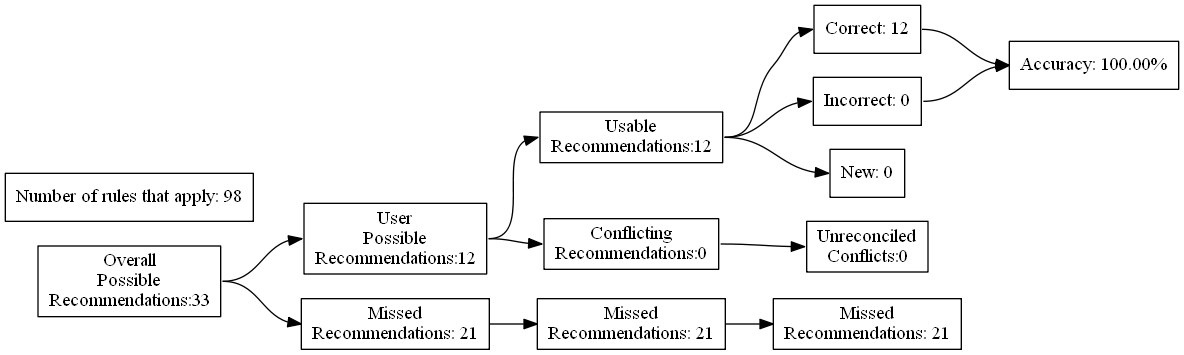
ZaxR/ibd_diet_analysis keeps this Graphviz diagram as test_renders/26.gv.png. Above is the earlier version. Its source is kept beside it as test_renders/26.gv.
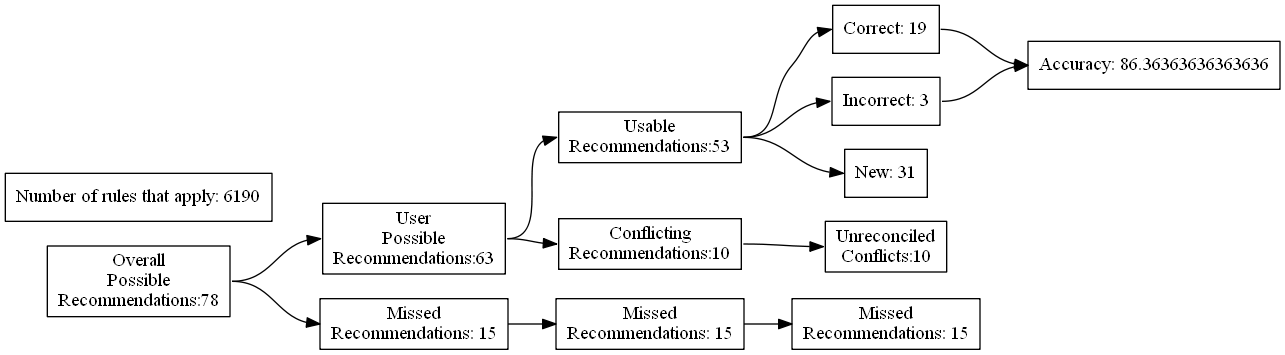
Above is the later version.

The edit, as a diff of the source:
```diff
@@ -4,27 +4,27 @@
 	edge [headport=w tailport=e]
 		A [label="Overall
 Possible
-Recommendations:33"]
+Recommendations:78"]
 		B [label="User
 Possible
-Recommendations:12"]
+Recommendations:63"]
 		C [label="Missed
-Recommendations: 21"]
+Recommendations: 15"]
 		D [label="Usable
-Recommendations:12"]
+Recommendations:53"]
 		E [label="Conflicting
-Recommendations:0"]
+Recommendations:10"]
 		J [label="Missed
-Recommendations: 21"]
+Recommendations: 15"]
 		M [label="Unreconciled
-Conflicts:0"]
-		F [label="Correct: 12"]
-		G [label="Incorrect: 0"]
-		H [label="New: 0"]
+Conflicts:10"]
+		F [label="Correct: 19"]
+		G [label="Incorrect: 3"]
+		H [label="New: 31"]
 		K [label="Missed
-Recommendations: 21"]
-		I [label="Accuracy: 100.00%"]
-		l [label="Number of rules that apply: 98"]
+Recommendations: 15"]
+		I [label="Accuracy: 86.36363636363636"]
+		l [label="Number of rules that apply: 6190"]
 			A -> B
 			A -> C
 			B -> D
```
